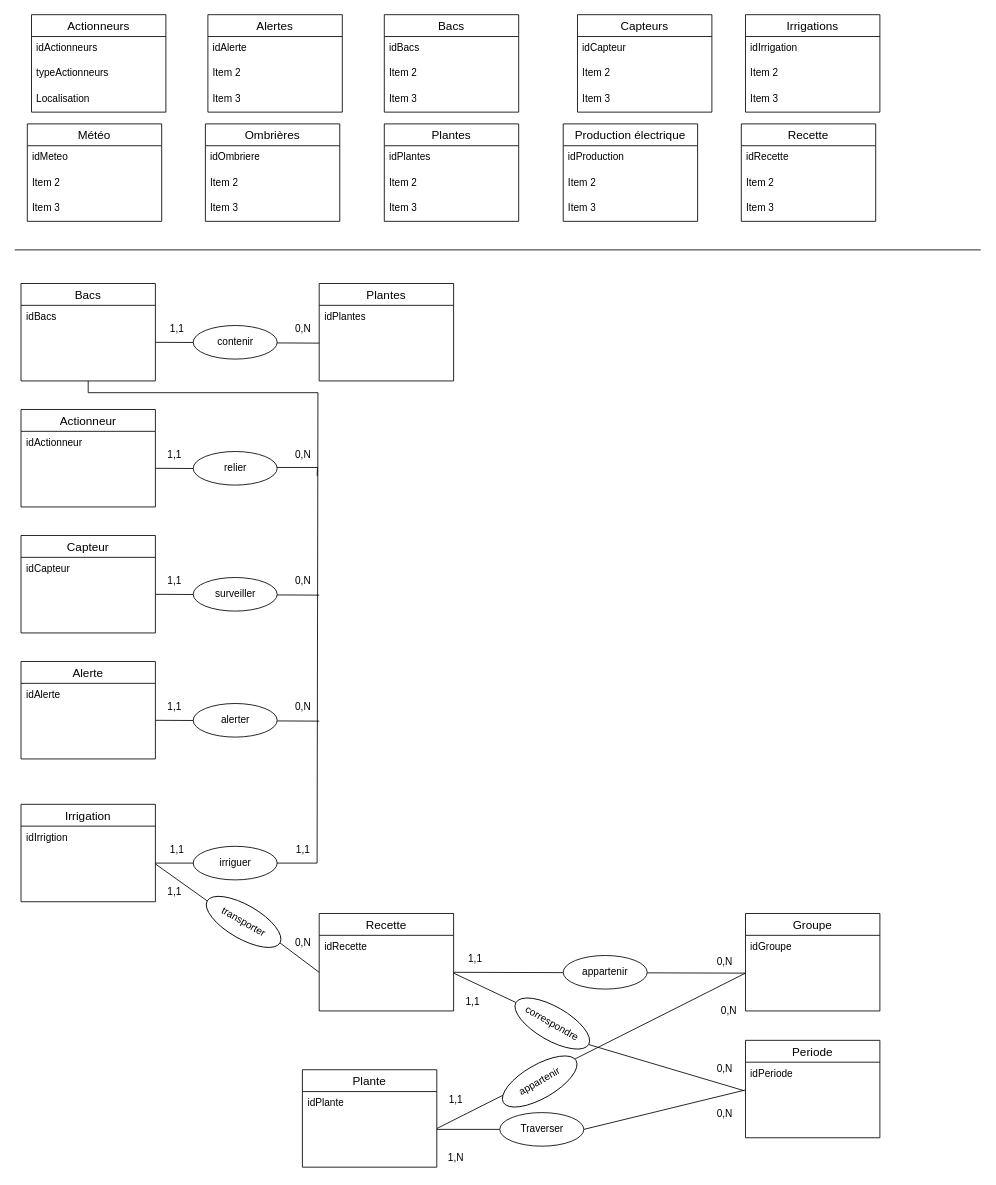
Before: page "Copie de Page-1" (2 of 2) of MCD.drawio in SAE601/BDD, a draw.io diagram. Source tidied: cells renumbered, new cells numbered last; positions are measured from the earlier drawing's top-left corner, leaving out a move shared by most shapes. Both pictures are drawn from the tidied source at 84%, with x=0, y=0 at pixel (14, 14).
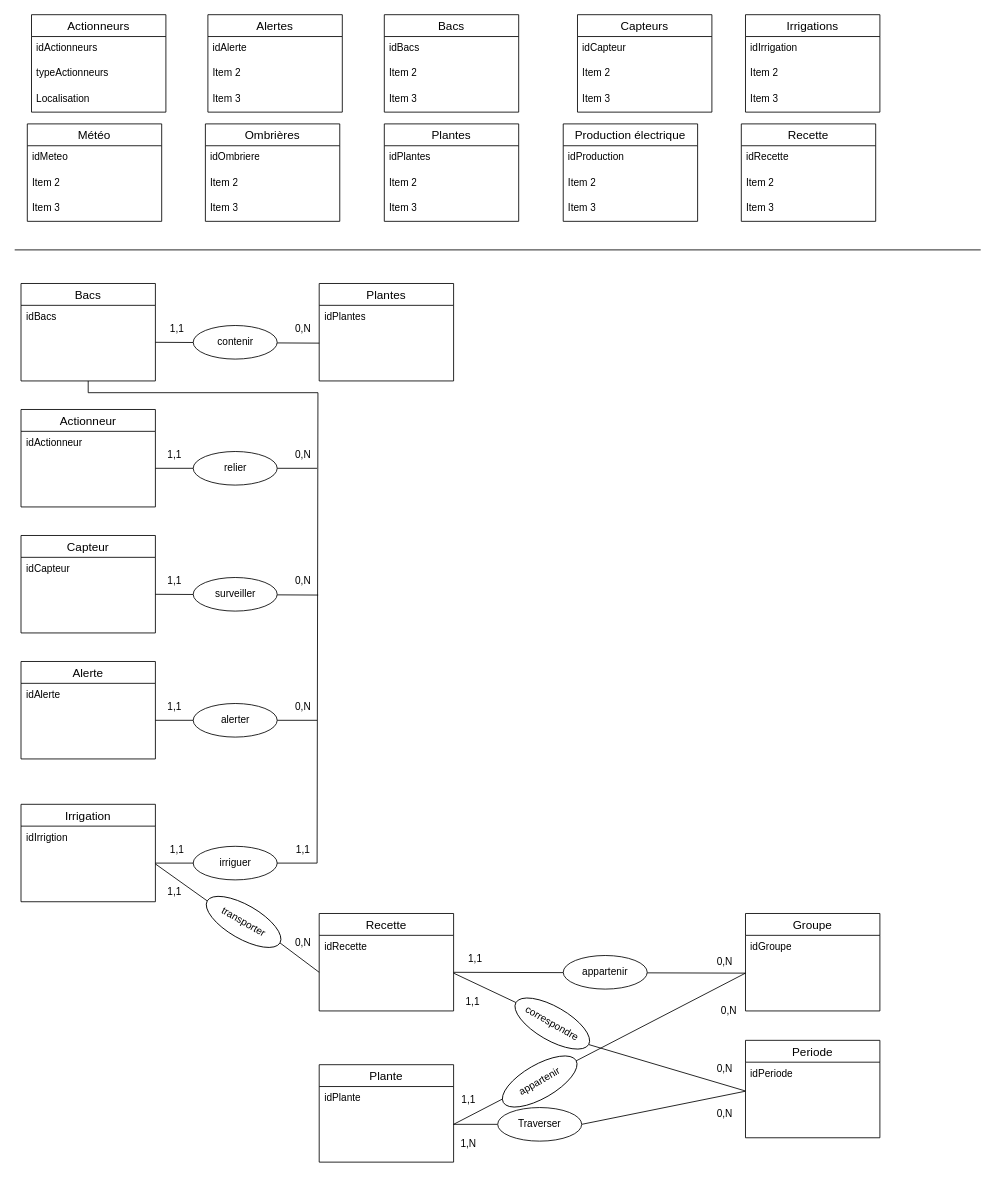
Above is the later version.

Commit message (it also covers changes not shown here):
Mettre à jour MCD.drawio

The change refers to these unchanged cells:
```xml
<mxCell id="70" value="0,N" style="text;html=1;align=center;verticalAlign=middle;points=[];strokeColor=none;fillColor=none;" parent="1" vertex="1">
  <mxGeometry x="322.5" y="659" width="40" height="30" as="geometry" />
</mxCell>
<mxCell id="81" value="&amp;nbsp;" style="text;strokeColor=none;fillColor=none;spacingLeft=4;spacingRight=4;overflow=hidden;points=[[0,0.5],[1,0.5]];portConstraint=eastwest;fontSize=12;whiteSpace=wrap;html=1;" parent="79" vertex="1">
  <mxGeometry y="56" width="160" height="30" as="geometry" />
</mxCell>
<mxCell id="95" value="&amp;nbsp;" style="text;strokeColor=none;fillColor=none;spacingLeft=4;spacingRight=4;overflow=hidden;points=[[0,0.5],[1,0.5]];portConstraint=eastwest;fontSize=12;whiteSpace=wrap;html=1;" parent="93" vertex="1">
  <mxGeometry y="56" width="160" height="30" as="geometry" />
</mxCell>
<mxCell id="106" value="correspondre" style="ellipse;whiteSpace=wrap;html=1;align=center;rotation=30;" parent="1" vertex="1">
  <mxGeometry x="590" y="1181" width="100" height="40" as="geometry" />
</mxCell>
<mxCell id="109" value="&amp;nbsp;" style="text;strokeColor=none;fillColor=none;spacingLeft=4;spacingRight=4;overflow=hidden;points=[[0,0.5],[1,0.5]];portConstraint=eastwest;fontSize=12;whiteSpace=wrap;html=1;" parent="107" vertex="1">
  <mxGeometry y="56" width="160" height="30" as="geometry" />
</mxCell>
```

Change to the diagram source:
```diff
@@
     <mxCell id="59" style="endArrow=none;html=1;rounded=0;edgeStyle=orthogonalEdgeStyle;" parent="1" edge="1">
       <mxGeometry relative="1" as="geometry">
         <mxPoint x="167.5" y="540" as="sourcePoint" />
-        <mxPoint x="360" y="549" as="targetPoint" />
+        <mxPoint x="360" y="540" as="targetPoint" />
       </mxGeometry>
     </mxCell>
@@
-    <mxCell id="67" style="endArrow=none;html=1;rounded=0;entryX=0;entryY=0.5;entryDx=0;entryDy=0;" parent="1" edge="1">
+    <mxCell id="67" style="endArrow=none;html=1;rounded=0;entryX=0.969;entryY=1.063;entryDx=0;entryDy=0;entryPerimeter=0;" parent="1" edge="1" target="70">
       <mxGeometry relative="1" as="geometry">
         <mxPoint x="167.5" y="690" as="sourcePoint" />
-        <mxPoint x="362.5" y="691" as="targetPoint" />
       </mxGeometry>
     </mxCell>
@@
-    <mxCell id="75" style="endArrow=none;html=1;rounded=0;entryX=0;entryY=0.5;entryDx=0;entryDy=0;" parent="1" edge="1">
+    <mxCell id="75" style="endArrow=none;html=1;rounded=0;" parent="1" edge="1">
       <mxGeometry relative="1" as="geometry">
         <mxPoint x="167.5" y="840" as="sourcePoint" />
-        <mxPoint x="362.5" y="841" as="targetPoint" />
+        <mxPoint x="360" y="840" as="targetPoint" />
       </mxGeometry>
     </mxCell>
@@
     <mxCell id="79" value="Plante" style="swimlane;fontStyle=0;horizontal=1;startSize=26;align=center;fontSize=14;" parent="1" vertex="1">
-      <mxGeometry x="342.5" y="1256" width="160" height="116" as="geometry" />
+      <mxGeometry x="362.5" y="1250" width="160" height="116" as="geometry" />
     </mxCell>
@@
-    <mxCell id="83" style="endArrow=none;html=1;rounded=0;entryX=0;entryY=0.5;entryDx=0;entryDy=0;" parent="1" edge="1" target="95">
-      <mxGeometry relative="1" as="geometry">
-        <mxPoint x="502.5" y="1326" as="sourcePoint" />
-      </mxGeometry>
+    <mxCell id="83" style="endArrow=none;html=1;rounded=0;entryX=0;entryY=0.5;entryDx=0;entryDy=0;exitX=1;exitY=0.5;exitDx=0;exitDy=0;" parent="1" edge="1" source="81" target="95">
+      <mxGeometry relative="1" as="geometry" />
     </mxCell>
@@
     <mxCell id="85" value="1,1" style="text;html=1;align=center;verticalAlign=middle;strokeColor=none;fillColor=none;" parent="1" vertex="1">
-      <mxGeometry x="505" y="1277" width="40" height="30" as="geometry" />
+      <mxGeometry x="520" y="1277" width="40" height="30" as="geometry" />
     </mxCell>
@@
-    <mxCell id="88" style="endArrow=none;html=1;rounded=0;entryX=-0.002;entryY=0.105;entryDx=0;entryDy=0;exitX=1;exitY=0.5;exitDx=0;exitDy=0;entryPerimeter=0;" parent="1" edge="1" source="92" target="109">
+    <mxCell id="88" style="endArrow=none;html=1;rounded=0;entryX=-0.002;entryY=0.154;entryDx=0;entryDy=0;exitX=1;exitY=0.5;exitDx=0;exitDy=0;entryPerimeter=0;" parent="1" edge="1" source="92" target="109">
       <mxGeometry relative="1" as="geometry" />
     </mxCell>
     <mxCell id="89" value="1,N" style="text;html=1;align=center;verticalAlign=middle;strokeColor=none;fillColor=none;" parent="1" vertex="1">
-      <mxGeometry x="505" y="1346" width="40" height="30" as="geometry" />
+      <mxGeometry x="520" y="1330" width="40" height="30" as="geometry" />
     </mxCell>
@@
     <mxCell id="92" value="Traverser" style="ellipse;whiteSpace=wrap;html=1;align=center;rotation=0;" parent="1" vertex="1">
-      <mxGeometry x="577.5" y="1307" width="100" height="40" as="geometry" />
+      <mxGeometry x="575" y="1301" width="100" height="40" as="geometry" />
     </mxCell>
@@
-    <mxCell id="102" style="endArrow=none;html=1;rounded=0;entryX=-0.01;entryY=0.132;entryDx=0;entryDy=0;exitX=1;exitY=0.5;exitDx=0;exitDy=0;entryPerimeter=0;" parent="1" edge="1" source="106" target="109">
+    <mxCell id="102" style="endArrow=none;html=1;rounded=0;entryX=-0.001;entryY=0.142;entryDx=0;entryDy=0;exitX=1;exitY=0.5;exitDx=0;exitDy=0;entryPerimeter=0;" parent="1" edge="1" source="106" target="109">
       <mxGeometry relative="1" as="geometry" />
     </mxCell>
```
